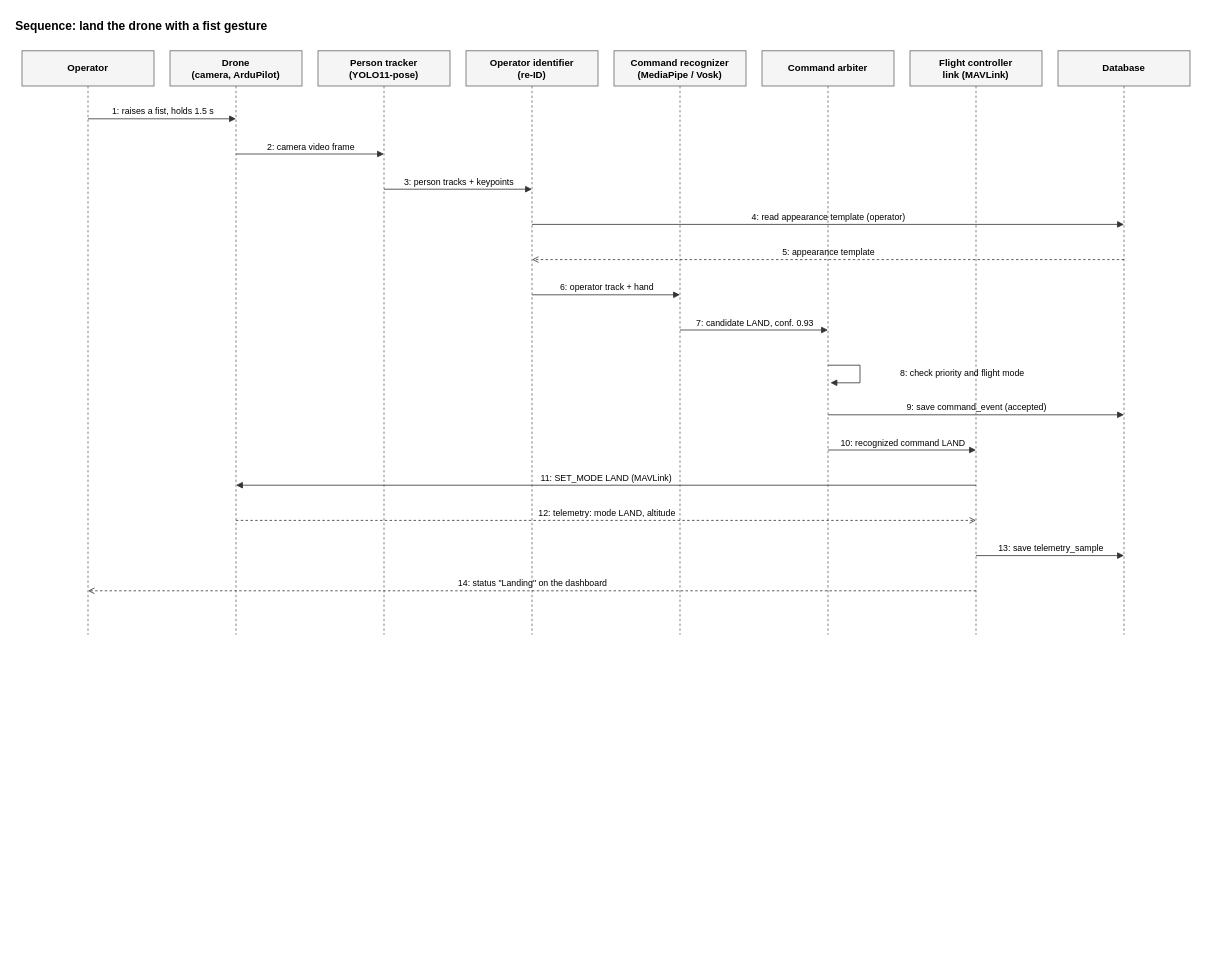
fonneyx/Autonomous-Drone-Vision keeps this draw.io diagram as docs/analysis/sequence-land-by-gesture.drawio. Above is the earlier version. Source tidied: cells renumbered, new cells numbered last; positions are measured from the earlier drawing's top-left corner, leaving out a move shared by most shapes. Both pictures are drawn from the tidied source at 80%, with x=0, y=0 at pixel (14, 14).
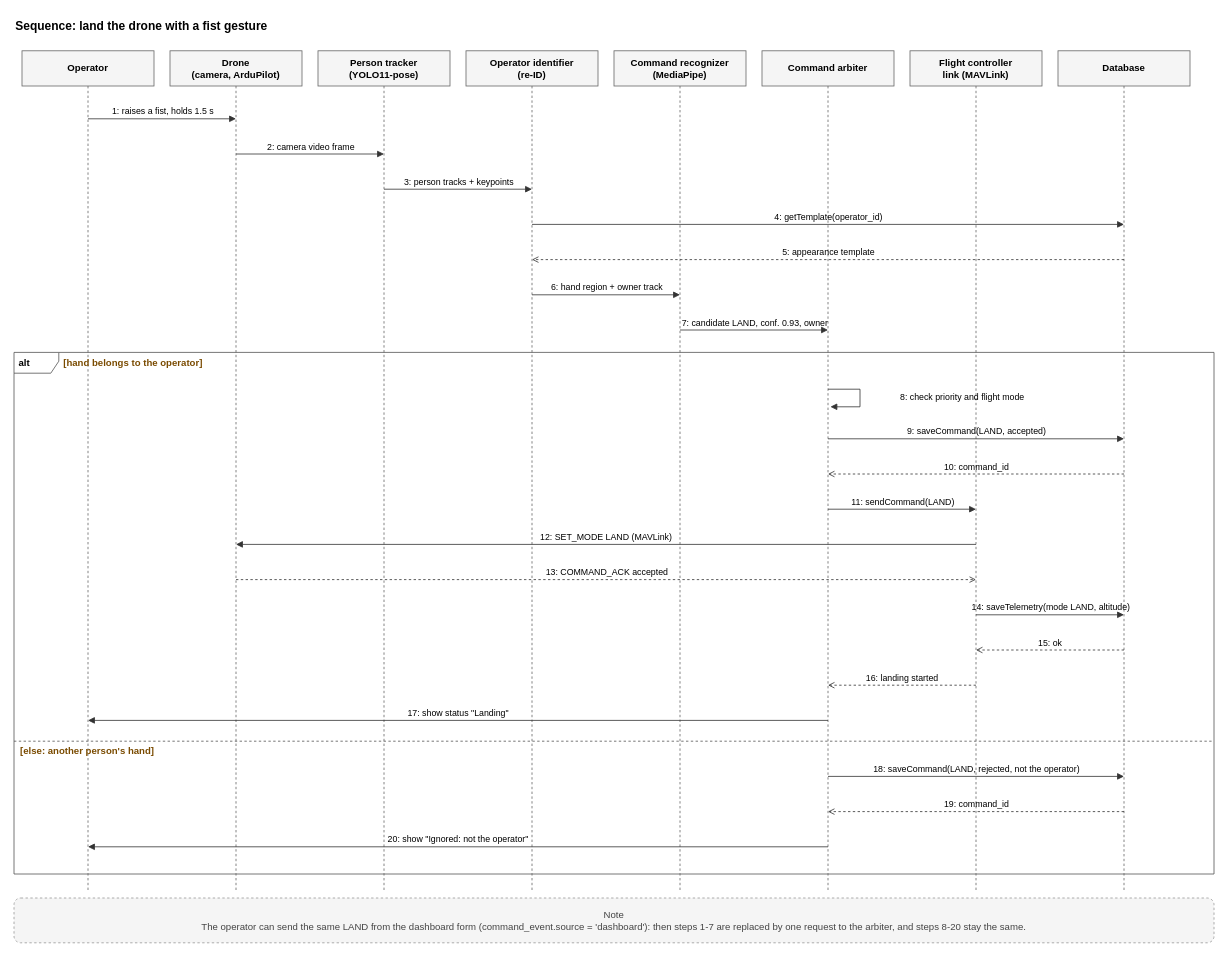
Above is the later version.

Commit message (it also covers changes not shown here):
Add alt fragment and replies to the landing sequence diagram

The edit, as a diff of the source:
```diff
@@
     <mxCell id="3" value="Operator" style="shape=umlLifeline;perimeter=lifelinePerimeter;whiteSpace=wrap;html=1;size=44;fillColor=#f5f5f5;strokeColor=#666666;fontStyle=1;fontSize=12;" parent="1" vertex="1">
-      <mxGeometry x="10" y="46" width="165" height="730" as="geometry" />
+      <mxGeometry x="10" y="46" width="165" height="1049" as="geometry" />
     </mxCell>
     <mxCell id="4" value="Drone&lt;br&gt;(camera, ArduPilot)" style="shape=umlLifeline;perimeter=lifelinePerimeter;whiteSpace=wrap;html=1;size=44;fillColor=#f5f5f5;strokeColor=#666666;fontStyle=1;fontSize=12;" parent="1" vertex="1">
-      <mxGeometry x="195" y="46" width="165" height="730" as="geometry" />
+      <mxGeometry x="195" y="46" width="165" height="1049" as="geometry" />
     </mxCell>
     <mxCell id="5" value="Person tracker&lt;br&gt;(YOLO11-pose)" style="shape=umlLifeline;perimeter=lifelinePerimeter;whiteSpace=wrap;html=1;size=44;fillColor=#f5f5f5;strokeColor=#666666;fontStyle=1;fontSize=12;" parent="1" vertex="1">
-      <mxGeometry x="380" y="46" width="165" height="730" as="geometry" />
+      <mxGeometry x="380" y="46" width="165" height="1049" as="geometry" />
     </mxCell>
     <mxCell id="6" value="Operator identifier&lt;br&gt;(re-ID)" style="shape=umlLifeline;perimeter=lifelinePerimeter;whiteSpace=wrap;html=1;size=44;fillColor=#f5f5f5;strokeColor=#666666;fontStyle=1;fontSize=12;" parent="1" vertex="1">
-      <mxGeometry x="565" y="46" width="165" height="730" as="geometry" />
+      <mxGeometry x="565" y="46" width="165" height="1049" as="geometry" />
     </mxCell>
-    <mxCell id="7" value="Command recognizer&lt;br&gt;(MediaPipe / Vosk)" style="shape=umlLifeline;perimeter=lifelinePerimeter;whiteSpace=wrap;html=1;size=44;fillColor=#f5f5f5;strokeColor=#666666;fontStyle=1;fontSize=12;" parent="1" vertex="1">
-      <mxGeometry x="750" y="46" width="165" height="730" as="geometry" />
+    <mxCell id="7" value="Command recognizer&lt;br&gt;(MediaPipe)" style="shape=umlLifeline;perimeter=lifelinePerimeter;whiteSpace=wrap;html=1;size=44;fillColor=#f5f5f5;strokeColor=#666666;fontStyle=1;fontSize=12;" parent="1" vertex="1">
+      <mxGeometry x="750" y="46" width="165" height="1049" as="geometry" />
     </mxCell>
     <mxCell id="8" value="Command arbiter" style="shape=umlLifeline;perimeter=lifelinePerimeter;whiteSpace=wrap;html=1;size=44;fillColor=#f5f5f5;strokeColor=#666666;fontStyle=1;fontSize=12;" parent="1" vertex="1">
-      <mxGeometry x="935" y="46" width="165" height="730" as="geometry" />
+      <mxGeometry x="935" y="46" width="165" height="1049" as="geometry" />
     </mxCell>
     <mxCell id="9" value="Flight controller&lt;br&gt;link (MAVLink)" style="shape=umlLifeline;perimeter=lifelinePerimeter;whiteSpace=wrap;html=1;size=44;fillColor=#f5f5f5;strokeColor=#666666;fontStyle=1;fontSize=12;" parent="1" vertex="1">
-      <mxGeometry x="1120" y="46" width="165" height="730" as="geometry" />
+      <mxGeometry x="1120" y="46" width="165" height="1049" as="geometry" />
     </mxCell>
     <mxCell id="10" value="Database" style="shape=umlLifeline;perimeter=lifelinePerimeter;whiteSpace=wrap;html=1;size=44;fillColor=#f5f5f5;strokeColor=#666666;fontStyle=1;fontSize=12;" parent="1" vertex="1">
-      <mxGeometry x="1305" y="46" width="165" height="730" as="geometry" />
+      <mxGeometry x="1305" y="46" width="165" height="1049" as="geometry" />
     </mxCell>
+    <mxCell id="25" value="Note&lt;br&gt;The operator can send the same LAND from the dashboard form (command_event.source = 'dashboard'): then steps 1-7 are replaced by one request to the arbiter, and steps 8-20 stay the same." style="html=1;whiteSpace=wrap;fillColor=#f5f5f5;strokeColor=#999999;fontSize=12;rounded=1;dashed=1;fontColor=#444444;" parent="1" vertex="1">
+      <mxGeometry y="1105" width="1500" height="56" as="geometry" />
+    </mxCell>
+    <mxCell id="26" value="&lt;b&gt;alt&lt;/b&gt;" style="shape=umlFrame;whiteSpace=wrap;html=1;width=56;height=26;fillColor=none;strokeColor=#555555;verticalAlign=top;align=left;spacingLeft=4;" parent="1" vertex="1">
+      <mxGeometry y="423" width="1500" height="652" as="geometry" />
+    </mxCell>
+    <mxCell id="27" value="&lt;b&gt;[hand belongs to the operator]&lt;/b&gt;" style="text;html=1;align=left;verticalAlign=middle;fontColor=#7a4b00;fontSize=12;" parent="1" vertex="1">
+      <mxGeometry x="60" y="423" width="360" height="26" as="geometry" />
+    </mxCell>
+    <mxCell id="28" style="endArrow=none;dashed=1;html=1;strokeColor=#555555;" parent="1" edge="1">
+      <mxGeometry relative="1" as="geometry">
+        <mxPoint y="909" as="sourcePoint" />
+        <mxPoint x="1500" y="909" as="targetPoint" />
+      </mxGeometry>
+    </mxCell>
+    <mxCell id="29" value="&lt;b&gt;[else: another person&amp;#x27;s hand]&lt;/b&gt;" style="text;html=1;align=left;verticalAlign=middle;fontColor=#7a4b00;fontSize=12;" parent="1" vertex="1">
+      <mxGeometry x="6" y="909" width="360" height="26" as="geometry" />
+    </mxCell>
@@
-    <mxCell id="14" value="4: read appearance template (operator)" style="html=1;rounded=0;endArrow=block;endFill=1;strokeColor=#333333;fontSize=11;verticalAlign=bottom;labelBackgroundColor=none;" parent="1" edge="1">
+    <mxCell id="14" value="4: getTemplate(operator_id)" style="html=1;rounded=0;endArrow=block;endFill=1;strokeColor=#333333;fontSize=11;verticalAlign=bottom;labelBackgroundColor=none;" parent="1" edge="1">
       <mxGeometry relative="1" as="geometry">
         <mxPoint x="647.5" y="263" as="sourcePoint" />
         <mxPoint x="1387.5" y="263" as="targetPoint" />
       </mxGeometry>
     </mxCell>
@@
-    <mxCell id="16" value="6: operator track + hand" style="html=1;rounded=0;endArrow=block;endFill=1;strokeColor=#333333;fontSize=11;verticalAlign=bottom;labelBackgroundColor=none;" parent="1" edge="1">
+    <mxCell id="16" value="6: hand region + owner track" style="html=1;rounded=0;endArrow=block;endFill=1;strokeColor=#333333;fontSize=11;verticalAlign=bottom;labelBackgroundColor=none;" parent="1" edge="1">
       <mxGeometry relative="1" as="geometry">
         <mxPoint x="647.5" y="351" as="sourcePoint" />
         <mxPoint x="832.5" y="351" as="targetPoint" />
       </mxGeometry>
     </mxCell>
-    <mxCell id="17" value="7: candidate LAND, conf. 0.93" style="html=1;rounded=0;endArrow=block;endFill=1;strokeColor=#333333;fontSize=11;verticalAlign=bottom;labelBackgroundColor=none;" parent="1" edge="1">
+    <mxCell id="17" value="7: candidate LAND, conf. 0.93, owner" style="html=1;rounded=0;endArrow=block;endFill=1;strokeColor=#333333;fontSize=11;verticalAlign=bottom;labelBackgroundColor=none;" parent="1" edge="1">
       <mxGeometry relative="1" as="geometry">
         <mxPoint x="832.5" y="395" as="sourcePoint" />
         <mxPoint x="1017.5" y="395" as="targetPoint" />
       </mxGeometry>
     </mxCell>
     <mxCell id="18" value="8: check priority and flight mode" style="html=1;rounded=0;endArrow=block;endFill=1;strokeColor=#333333;fontSize=11;align=left;spacingLeft=48;verticalAlign=middle;labelBackgroundColor=none;" parent="1" edge="1">
       <mxGeometry relative="1" as="geometry">
-        <mxPoint x="1017.5" y="439" as="sourcePoint" />
-        <mxPoint x="1020.5" y="461" as="targetPoint" />
+        <mxPoint x="1017.5" y="469" as="sourcePoint" />
+        <mxPoint x="1020.5" y="491" as="targetPoint" />
         <Array as="points">
-          <mxPoint x="1057.5" y="439" />
-          <mxPoint x="1057.5" y="461" />
+          <mxPoint x="1057.5" y="469" />
+          <mxPoint x="1057.5" y="491" />
         </Array>
       </mxGeometry>
     </mxCell>
-    <mxCell id="19" value="9: save command_event (accepted)" style="html=1;rounded=0;endArrow=block;endFill=1;strokeColor=#333333;fontSize=11;verticalAlign=bottom;labelBackgroundColor=none;" parent="1" edge="1">
+    <mxCell id="19" value="9: saveCommand(LAND, accepted)" style="html=1;rounded=0;endArrow=block;endFill=1;strokeColor=#333333;fontSize=11;verticalAlign=bottom;labelBackgroundColor=none;" parent="1" edge="1">
       <mxGeometry relative="1" as="geometry">
-        <mxPoint x="1017.5" y="501" as="sourcePoint" />
-        <mxPoint x="1387.5" y="501" as="targetPoint" />
+        <mxPoint x="1017.5" y="531" as="sourcePoint" />
+        <mxPoint x="1387.5" y="531" as="targetPoint" />
       </mxGeometry>
     </mxCell>
-    <mxCell id="20" value="10: recognized command LAND" style="html=1;rounded=0;endArrow=block;endFill=1;strokeColor=#333333;fontSize=11;verticalAlign=bottom;labelBackgroundColor=none;" parent="1" edge="1">
+    <mxCell id="20" value="10: command_id" style="html=1;rounded=0;dashed=1;endArrow=open;endFill=0;strokeColor=#333333;fontSize=11;verticalAlign=bottom;labelBackgroundColor=none;" parent="1" edge="1">
       <mxGeometry relative="1" as="geometry">
-        <mxPoint x="1017.5" y="545" as="sourcePoint" />
-        <mxPoint x="1202.5" y="545" as="targetPoint" />
+        <mxPoint x="1387.5" y="575" as="sourcePoint" />
+        <mxPoint x="1017.5" y="575" as="targetPoint" />
       </mxGeometry>
     </mxCell>
-    <mxCell id="21" value="11: SET_MODE LAND (MAVLink)" style="html=1;rounded=0;endArrow=block;endFill=1;strokeColor=#333333;fontSize=11;verticalAlign=bottom;labelBackgroundColor=none;" parent="1" edge="1">
+    <mxCell id="21" value="11: sendCommand(LAND)" style="html=1;rounded=0;endArrow=block;endFill=1;strokeColor=#333333;fontSize=11;verticalAlign=bottom;labelBackgroundColor=none;" parent="1" edge="1">
       <mxGeometry relative="1" as="geometry">
-        <mxPoint x="1202.5" y="589" as="sourcePoint" />
-        <mxPoint x="277.5" y="589" as="targetPoint" />
+        <mxPoint x="1017.5" y="619" as="sourcePoint" />
+        <mxPoint x="1202.5" y="619" as="targetPoint" />
       </mxGeometry>
     </mxCell>
-    <mxCell id="22" value="12: telemetry: mode LAND, altitude" style="html=1;rounded=0;dashed=1;endArrow=open;endFill=0;strokeColor=#333333;fontSize=11;verticalAlign=bottom;labelBackgroundColor=none;" parent="1" edge="1">
+    <mxCell id="22" value="12: SET_MODE LAND (MAVLink)" style="html=1;rounded=0;endArrow=block;endFill=1;strokeColor=#333333;fontSize=11;verticalAlign=bottom;labelBackgroundColor=none;" parent="1" edge="1">
       <mxGeometry relative="1" as="geometry">
-        <mxPoint x="277.5" y="633" as="sourcePoint" />
-        <mxPoint x="1202.5" y="633" as="targetPoint" />
+        <mxPoint x="1202.5" y="663" as="sourcePoint" />
+        <mxPoint x="277.5" y="663" as="targetPoint" />
       </mxGeometry>
     </mxCell>
-    <mxCell id="23" value="13: save telemetry_sample" style="html=1;rounded=0;endArrow=block;endFill=1;strokeColor=#333333;fontSize=11;verticalAlign=bottom;labelBackgroundColor=none;" parent="1" edge="1">
+    <mxCell id="23" value="13: COMMAND_ACK accepted" style="html=1;rounded=0;dashed=1;endArrow=open;endFill=0;strokeColor=#333333;fontSize=11;verticalAlign=bottom;labelBackgroundColor=none;" parent="1" edge="1">
       <mxGeometry relative="1" as="geometry">
-        <mxPoint x="1202.5" y="677" as="sourcePoint" />
-        <mxPoint x="1387.5" y="677" as="targetPoint" />
+        <mxPoint x="277.5" y="707" as="sourcePoint" />
+        <mxPoint x="1202.5" y="707" as="targetPoint" />
       </mxGeometry>
     </mxCell>
-    <mxCell id="24" value="14: status &quot;Landing&quot; on the dashboard" style="html=1;rounded=0;dashed=1;endArrow=open;endFill=0;strokeColor=#333333;fontSize=11;verticalAlign=bottom;labelBackgroundColor=none;" parent="1" edge="1">
+    <mxCell id="24" value="14: saveTelemetry(mode LAND, altitude)" style="html=1;rounded=0;endArrow=block;endFill=1;strokeColor=#333333;fontSize=11;verticalAlign=bottom;labelBackgroundColor=none;" parent="1" edge="1">
       <mxGeometry relative="1" as="geometry">
-        <mxPoint x="1202.5" y="721" as="sourcePoint" />
-        <mxPoint x="92.5" y="721" as="targetPoint" />
+        <mxPoint x="1202.5" y="751" as="sourcePoint" />
+        <mxPoint x="1387.5" y="751" as="targetPoint" />
       </mxGeometry>
     </mxCell>
+    <mxCell id="30" value="15: ok" style="html=1;rounded=0;dashed=1;endArrow=open;endFill=0;strokeColor=#333333;fontSize=11;verticalAlign=bottom;labelBackgroundColor=none;" parent="1" edge="1">
+      <mxGeometry relative="1" as="geometry">
+        <mxPoint x="1387.5" y="795" as="sourcePoint" />
+        <mxPoint x="1202.5" y="795" as="targetPoint" />
+      </mxGeometry>
+    </mxCell>
+    <mxCell id="31" value="16: landing started" style="html=1;rounded=0;dashed=1;endArrow=open;endFill=0;strokeColor=#333333;fontSize=11;verticalAlign=bottom;labelBackgroundColor=none;" parent="1" edge="1">
+      <mxGeometry relative="1" as="geometry">
+        <mxPoint x="1202.5" y="839" as="sourcePoint" />
+        <mxPoint x="1017.5" y="839" as="targetPoint" />
+      </mxGeometry>
+    </mxCell>
+    <mxCell id="32" value="17: show status &quot;Landing&quot;" style="html=1;rounded=0;endArrow=block;endFill=1;strokeColor=#333333;fontSize=11;verticalAlign=bottom;labelBackgroundColor=none;" parent="1" edge="1">
+      <mxGeometry relative="1" as="geometry">
+        <mxPoint x="1017.5" y="883" as="sourcePoint" />
+        <mxPoint x="92.5" y="883" as="targetPoint" />
+      </mxGeometry>
+    </mxCell>
+    <mxCell id="33" value="18: saveCommand(LAND, rejected, not the operator)" style="html=1;rounded=0;endArrow=block;endFill=1;strokeColor=#333333;fontSize=11;verticalAlign=bottom;labelBackgroundColor=none;" parent="1" edge="1">
+      <mxGeometry relative="1" as="geometry">
+        <mxPoint x="1017.5" y="953" as="sourcePoint" />
+        <mxPoint x="1387.5" y="953" as="targetPoint" />
+      </mxGeometry>
+    </mxCell>
+    <mxCell id="34" value="19: command_id" style="html=1;rounded=0;dashed=1;endArrow=open;endFill=0;strokeColor=#333333;fontSize=11;verticalAlign=bottom;labelBackgroundColor=none;" parent="1" edge="1">
+      <mxGeometry relative="1" as="geometry">
+        <mxPoint x="1387.5" y="997" as="sourcePoint" />
+        <mxPoint x="1017.5" y="997" as="targetPoint" />
+      </mxGeometry>
+    </mxCell>
+    <mxCell id="35" value="20: show &quot;Ignored: not the operator&quot;" style="html=1;rounded=0;endArrow=block;endFill=1;strokeColor=#333333;fontSize=11;verticalAlign=bottom;labelBackgroundColor=none;" parent="1" edge="1">
+      <mxGeometry relative="1" as="geometry">
+        <mxPoint x="1017.5" y="1041" as="sourcePoint" />
+        <mxPoint x="92.5" y="1041" as="targetPoint" />
+      </mxGeometry>
+    </mxCell>
```
